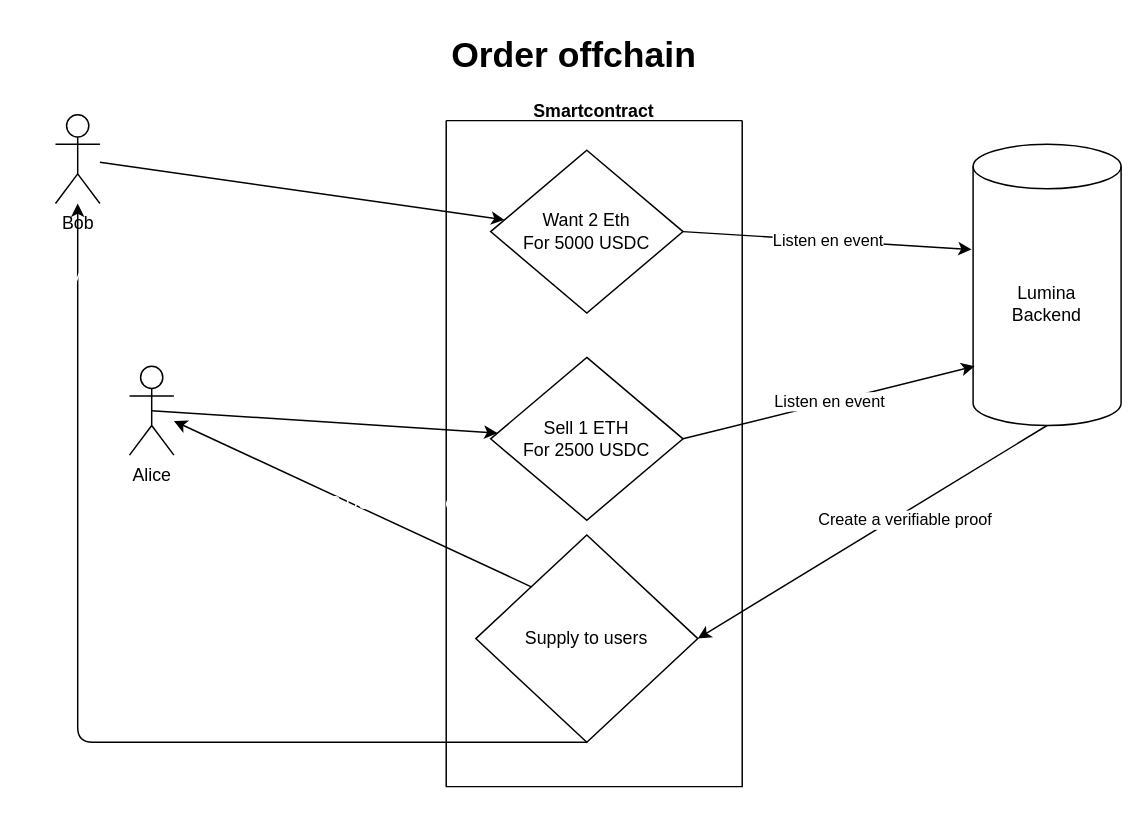
Earlier version of the draw.io diagram packages/contracts/order-offchain.drawio (Lumina-DEX/lumina-permissioned). Source tidied: cells renumbered, new cells numbered last; positions are measured from the earlier drawing's top-left corner, leaving out a move shared by most shapes. Both pictures are drawn from the tidied source at 148%, with x=0, y=0 at pixel (55, 25).
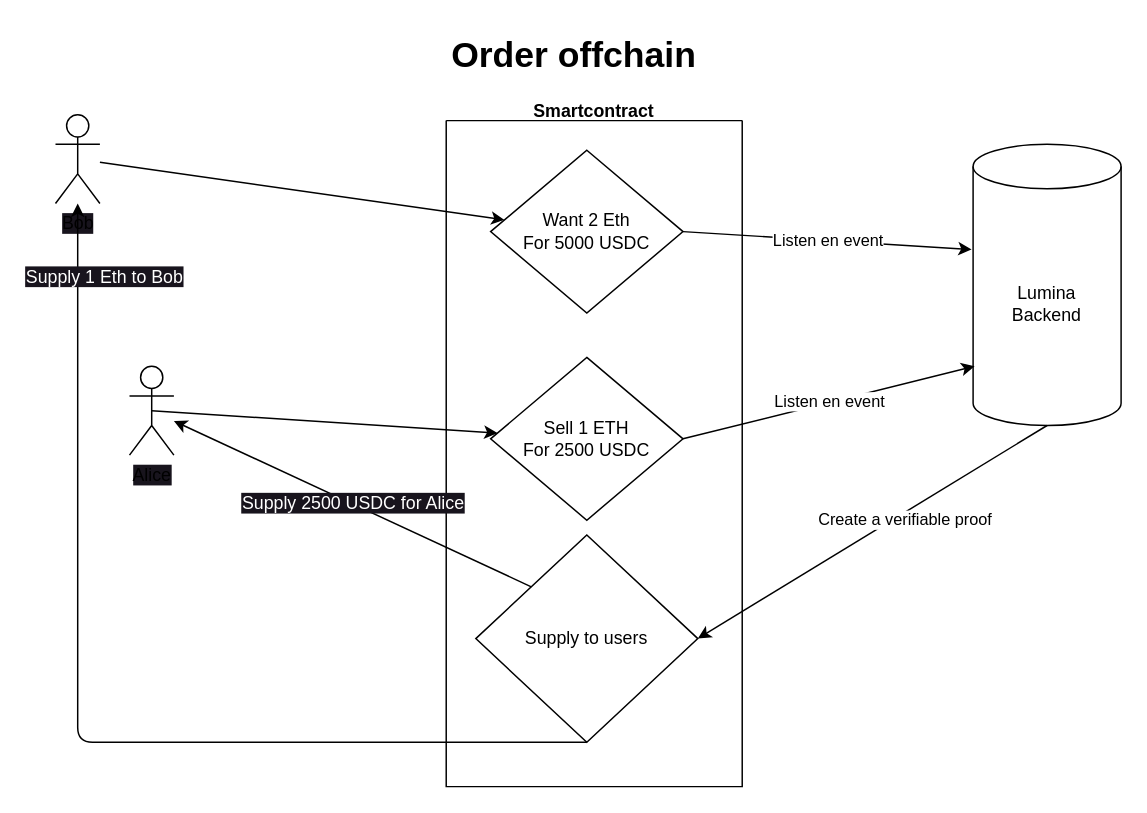
The same diagram, later.

What changed in the source:
```diff
@@
 <mxGraphModel>
   <root>
     <mxCell id="0" />
     <mxCell id="1" parent="0" />
-    <mxCell id="2" value="Bob&lt;br&gt;" style="shape=umlActor;verticalLabelPosition=bottom;verticalAlign=top;html=1;outlineConnect=0;" parent="1" vertex="1">
+    <mxCell id="2" value="&lt;span style=&quot;background-color: rgb(24, 20, 29);&quot;&gt;Bob&lt;/span&gt;" style="shape=umlActor;verticalLabelPosition=bottom;verticalAlign=top;html=1;outlineConnect=0;" parent="1" vertex="1">
       <mxGeometry y="60" width="30" height="60" as="geometry" />
     </mxCell>
-    <mxCell id="3" value="Alice&lt;br&gt;" style="shape=umlActor;verticalLabelPosition=bottom;verticalAlign=top;html=1;outlineConnect=0;" parent="1" vertex="1">
+    <mxCell id="3" value="&lt;span style=&quot;background-color: rgb(24, 20, 29);&quot;&gt;Alice&lt;/span&gt;" style="shape=umlActor;verticalLabelPosition=bottom;verticalAlign=top;html=1;outlineConnect=0;" parent="1" vertex="1">
       <mxGeometry x="50" y="230" width="30" height="60" as="geometry" />
     </mxCell>
     <mxCell id="4" style="endArrow=classic;html=1;" parent="1" edge="1" source="2" target="6">
       <mxGeometry relative="1" as="geometry" />
     </mxCell>
     <mxCell id="5" value="Smartcontract&#10;" style="swimlane;startSize=0;labelBackgroundColor=none;" parent="1" vertex="1">
       <mxGeometry x="264" y="64" width="200" height="450" as="geometry" />
     </mxCell>
     <mxCell id="6" value="Want 2 Eth&lt;br&gt;For 5000 USDC&lt;br&gt;" style="rhombus;whiteSpace=wrap;html=1;" parent="5" vertex="1">
       <mxGeometry x="30" y="20" width="130" height="110" as="geometry" />
     </mxCell>
     <mxCell id="7" value="Sell 1 ETH&lt;br&gt;For 2500 USDC" style="rhombus;whiteSpace=wrap;html=1;" parent="5" vertex="1">
       <mxGeometry x="30" y="160" width="130" height="110" as="geometry" />
     </mxCell>
     <mxCell id="8" value="Supply to users" style="rhombus;whiteSpace=wrap;html=1;" parent="5" vertex="1">
       <mxGeometry x="20" y="280" width="150" height="140" as="geometry" />
     </mxCell>
     <mxCell id="9" value="Lumina &lt;br&gt;Backend" style="shape=cylinder3;whiteSpace=wrap;html=1;boundedLbl=1;backgroundOutline=1;size=15;" parent="1" vertex="1">
       <mxGeometry x="620" y="80" width="100" height="190" as="geometry" />
     </mxCell>
     <mxCell id="10" value="Listen en event" style="endArrow=classic;html=1;exitX=1;exitY=0.5;exitDx=0;exitDy=0;entryX=-0.01;entryY=0.374;entryDx=0;entryDy=0;entryPerimeter=0;" parent="1" edge="1" source="6" target="9">
       <mxGeometry relative="1" as="geometry" />
     </mxCell>
     <mxCell id="11" style="endArrow=classic;html=1;exitX=0.5;exitY=0.5;exitDx=0;exitDy=0;exitPerimeter=0;" parent="1" edge="1" source="3" target="7">
       <mxGeometry relative="1" as="geometry" />
     </mxCell>
     <mxCell id="12" value="Listen en event" style="endArrow=classic;html=1;exitX=1;exitY=0.5;exitDx=0;exitDy=0;entryX=0.01;entryY=0.789;entryDx=0;entryDy=0;entryPerimeter=0;" parent="1" edge="1" source="7" target="9">
       <mxGeometry relative="1" as="geometry" />
     </mxCell>
     <mxCell id="13" style="endArrow=classic;html=1;exitX=0.5;exitY=1;exitDx=0;exitDy=0;exitPerimeter=0;entryX=1;entryY=0.5;entryDx=0;entryDy=0;" parent="1" edge="1" source="9" target="8">
       <mxGeometry relative="1" as="geometry" />
     </mxCell>
     <mxCell id="14" value="Create a verifiable proof" style="edgeLabel;html=1;align=center;verticalAlign=middle;" parent="13" vertex="1">
       <mxGeometry x="-0.17" y="4" relative="1" as="geometry" />
     </mxCell>
-    <mxCell id="15" value="&lt;span style=&quot;font-size: 12px; font-weight: 400;&quot;&gt;&lt;font color=&quot;#ffffff&quot;&gt;Supply 2500 USDC for Alice&lt;/font&gt;&lt;/span&gt;" style="endArrow=classic;html=1;exitX=0;exitY=0;exitDx=0;exitDy=0;fontStyle=1;labelBackgroundColor=none;" parent="1" edge="1" source="8" target="3">
+    <mxCell id="15" value="&lt;span style=&quot;font-size: 12px; font-weight: 400; background-color: rgb(24, 20, 29);&quot;&gt;&lt;font color=&quot;#ffffff&quot;&gt;Supply 2500 USDC for Alice&lt;/font&gt;&lt;/span&gt;" style="endArrow=classic;html=1;exitX=0;exitY=0;exitDx=0;exitDy=0;fontStyle=1;labelBackgroundColor=none;" parent="1" edge="1" source="8" target="3">
       <mxGeometry relative="1" as="geometry" />
     </mxCell>
-    <mxCell id="16" value="&lt;span style=&quot;font-family: Helvetica; font-size: 12px; font-style: normal; font-variant-ligatures: normal; font-variant-caps: normal; font-weight: 400; letter-spacing: normal; orphans: 2; text-align: center; text-indent: 0px; text-transform: none; widows: 2; word-spacing: 0px; -webkit-text-stroke-width: 0px; text-decoration-thickness: initial; text-decoration-style: initial; text-decoration-color: initial; float: none; display: inline !important;&quot;&gt;&lt;font color=&quot;#ffffff&quot;&gt;Supply 1 Eth to Bob&lt;/font&gt;&lt;/span&gt;" style="endArrow=classic;html=1;exitX=0.5;exitY=1;exitDx=0;exitDy=0;labelBackgroundColor=none;" parent="1" edge="1" source="8" target="2">
+    <mxCell id="16" value="&lt;span style=&quot;font-family: Helvetica; font-size: 12px; font-style: normal; font-variant-ligatures: normal; font-variant-caps: normal; font-weight: 400; letter-spacing: normal; orphans: 2; text-align: center; text-indent: 0px; text-transform: none; widows: 2; word-spacing: 0px; -webkit-text-stroke-width: 0px; text-decoration-thickness: initial; text-decoration-style: initial; text-decoration-color: initial; float: none; display: inline !important; background-color: rgb(24, 20, 29);&quot;&gt;&lt;font color=&quot;#ffffff&quot;&gt;Supply 1 Eth to Bob&lt;/font&gt;&lt;/span&gt;" style="endArrow=classic;html=1;exitX=0.5;exitY=1;exitDx=0;exitDy=0;labelBackgroundColor=none;" parent="1" edge="1" source="8" target="2">
       <mxGeometry x="0.86" y="-18" relative="1" as="geometry">
         <Array as="points">
           <mxPoint x="15" y="484" />
         </Array>
       </mxGeometry>
     </mxCell>
     <mxCell id="17" value="Order offchain" style="text;strokeColor=none;fillColor=none;html=1;fontSize=24;fontStyle=1;verticalAlign=middle;align=center;" parent="1" vertex="1">
       <mxGeometry x="300" width="100" height="40" as="geometry" />
     </mxCell>
   </root>
 </mxGraphModel>
```
